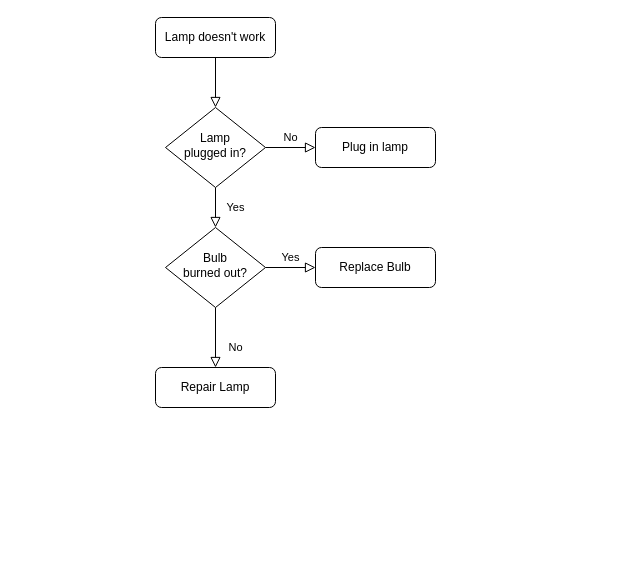
This is Untitled Diagram.drawio from annakohlberg/Trial, a draw.io file, before an edit. Source tidied: cells renumbered, new cells numbered last; positions are measured from the earlier drawing's top-left corner, leaving out a move shared by most shapes. Both pictures are drawn from the tidied source at 100%, with x=0, y=0 at pixel (155, 17).
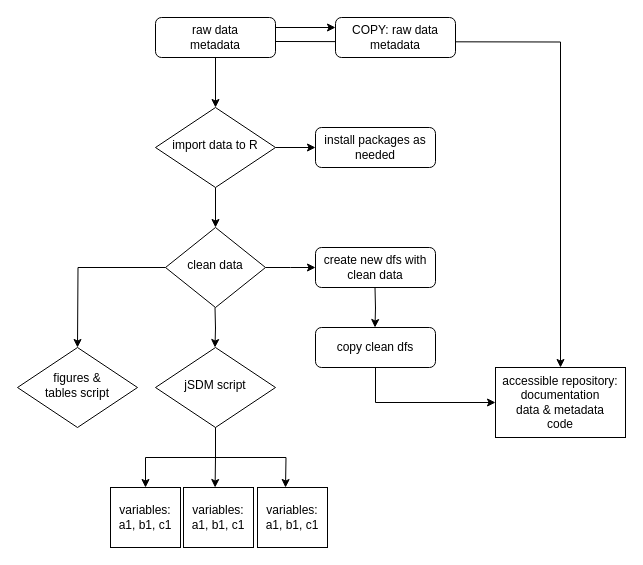
The same diagram, later.

What changed in the source:
```diff
@@
+    <mxCell id="13" style="edgeStyle=orthogonalEdgeStyle;rounded=0;jettySize=auto;html=1;exitX=1;exitY=0.25;exitDx=0;exitDy=0;entryX=0;entryY=0.25;entryDx=0;entryDy=0;" parent="1" edge="1" source="3" target="17">
+      <mxGeometry relative="1" as="geometry" />
+    </mxCell>
+    <mxCell id="14" style="edgeStyle=orthogonalEdgeStyle;rounded=0;jettySize=auto;html=1;exitX=1;exitY=0.5;exitDx=0;exitDy=0;" parent="1" edge="1" target="18">
+      <mxGeometry relative="1" as="geometry">
+        <mxPoint x="120" y="24" as="sourcePoint" />
+      </mxGeometry>
+    </mxCell>
-    <mxCell id="2" style="rounded=0;html=1;jettySize=auto;fontSize=11;endArrow=block;endFill=0;endSize=8;strokeWidth=1;shadow=0;labelBackgroundColor=none;edgeStyle=orthogonalEdgeStyle;" parent="1" edge="1" source="3" target="6">
+    <mxCell id="2" style="edgeStyle=orthogonalEdgeStyle;rounded=0;jettySize=auto;html=1;exitX=0.5;exitY=1;exitDx=0;exitDy=0;entryX=0.5;entryY=0;entryDx=0;entryDy=0;" parent="1" edge="1" source="3" target="6">
       <mxGeometry relative="1" as="geometry" />
     </mxCell>
-    <mxCell id="3" value="Lamp doesn't work" style="rounded=1;whiteSpace=wrap;html=1;fontSize=12;glass=0;strokeWidth=1;shadow=0;" parent="1" vertex="1">
+    <mxCell id="3" value="raw data&lt;br&gt;metadata" style="rounded=1;whiteSpace=wrap;html=1;fontSize=12;glass=0;strokeWidth=1;shadow=0;" parent="1" vertex="1">
       <mxGeometry width="120" height="40" as="geometry" />
     </mxCell>
+    <mxCell id="5" style="edgeStyle=orthogonalEdgeStyle;rounded=0;jettySize=auto;html=1;exitX=1;exitY=0.5;exitDx=0;exitDy=0;" parent="1" edge="1" source="6" target="7">
+      <mxGeometry relative="1" as="geometry" />
+    </mxCell>
-    <mxCell id="4" value="Yes" style="rounded=0;html=1;jettySize=auto;fontSize=11;endArrow=block;endFill=0;endSize=8;strokeWidth=1;shadow=0;labelBackgroundColor=none;edgeStyle=orthogonalEdgeStyle;" parent="1" edge="1" source="6" target="10">
-      <mxGeometry y="20" relative="1" as="geometry" />
+    <mxCell id="4" style="edgeStyle=orthogonalEdgeStyle;rounded=0;jettySize=auto;html=1;exitX=0.5;exitY=1;exitDx=0;exitDy=0;entryX=0.5;entryY=0;entryDx=0;entryDy=0;" parent="1" edge="1" source="6" target="10">
+      <mxGeometry relative="1" as="geometry" />
     </mxCell>
-    <mxCell id="5" value="No" style="edgeStyle=orthogonalEdgeStyle;rounded=0;html=1;jettySize=auto;fontSize=11;endArrow=block;endFill=0;endSize=8;strokeWidth=1;shadow=0;labelBackgroundColor=none;" parent="1" edge="1" source="6" target="7">
-      <mxGeometry y="10" relative="1" as="geometry" />
-    </mxCell>
-    <mxCell id="6" value="Lamp&lt;br&gt;plugged in?" style="rhombus;whiteSpace=wrap;html=1;shadow=0;fontFamily=Helvetica;fontSize=12;align=center;strokeWidth=1;spacing=6;spacingTop=-4;" parent="1" vertex="1">
-      <mxGeometry x="10" y="90" width="100" height="80" as="geometry" />
+    <mxCell id="6" value="import data to R" style="rhombus;whiteSpace=wrap;html=1;shadow=0;fontFamily=Helvetica;fontSize=12;align=center;strokeWidth=1;spacing=6;spacingTop=-4;" parent="1" vertex="1">
+      <mxGeometry y="90" width="120" height="80" as="geometry" />
     </mxCell>
-    <mxCell id="7" value="Plug in lamp" style="rounded=1;whiteSpace=wrap;html=1;fontSize=12;glass=0;strokeWidth=1;shadow=0;" parent="1" vertex="1">
+    <mxCell id="7" value="install packages as needed" style="rounded=1;whiteSpace=wrap;html=1;fontSize=12;glass=0;strokeWidth=1;shadow=0;" parent="1" vertex="1">
       <mxGeometry x="160" y="110" width="120" height="40" as="geometry" />
     </mxCell>
-    <mxCell id="8" value="No" style="rounded=0;html=1;jettySize=auto;fontSize=11;endArrow=block;endFill=0;endSize=8;strokeWidth=1;shadow=0;labelBackgroundColor=none;edgeStyle=orthogonalEdgeStyle;" parent="1" edge="1" source="10" target="11">
-      <mxGeometry x="0.33" y="20" relative="1" as="geometry" />
-    </mxCell>
-    <mxCell id="9" value="Yes" style="edgeStyle=orthogonalEdgeStyle;rounded=0;html=1;jettySize=auto;fontSize=11;endArrow=block;endFill=0;endSize=8;strokeWidth=1;shadow=0;labelBackgroundColor=none;" parent="1" edge="1" source="10" target="12">
-      <mxGeometry y="10" relative="1" as="geometry" />
-    </mxCell>
+    <mxCell id="15" style="edgeStyle=orthogonalEdgeStyle;rounded=0;jettySize=auto;html=1;exitX=1;exitY=0.5;exitDx=0;exitDy=0;" parent="1" edge="1" source="10">
+      <mxGeometry relative="1" as="geometry">
+        <mxPoint x="160" y="250" as="targetPoint" />
+      </mxGeometry>
+    </mxCell>
+    <mxCell id="16" style="edgeStyle=orthogonalEdgeStyle;rounded=0;jettySize=auto;html=1;exitX=0;exitY=0.5;exitDx=0;exitDy=0;" parent="1" edge="1" source="10">
+      <mxGeometry relative="1" as="geometry">
+        <mxPoint x="-78" y="330" as="targetPoint" />
+      </mxGeometry>
+    </mxCell>
-    <mxCell id="10" value="Bulb&lt;br&gt;burned out?" style="rhombus;whiteSpace=wrap;html=1;shadow=0;fontFamily=Helvetica;fontSize=12;align=center;strokeWidth=1;spacing=6;spacingTop=-4;" parent="1" vertex="1">
+    <mxCell id="10" value="clean data" style="rhombus;whiteSpace=wrap;html=1;shadow=0;fontFamily=Helvetica;fontSize=12;align=center;strokeWidth=1;spacing=6;spacingTop=-4;" parent="1" vertex="1">
       <mxGeometry x="10" y="210" width="100" height="80" as="geometry" />
     </mxCell>
-    <mxCell id="11" value="Repair Lamp" style="rounded=1;whiteSpace=wrap;html=1;fontSize=12;glass=0;strokeWidth=1;shadow=0;" parent="1" vertex="1">
-      <mxGeometry y="350" width="120" height="40" as="geometry" />
-    </mxCell>
-    <mxCell id="12" value="Replace Bulb" style="rounded=1;whiteSpace=wrap;html=1;fontSize=12;glass=0;strokeWidth=1;shadow=0;" parent="1" vertex="1">
-      <mxGeometry x="160" y="230" width="120" height="40" as="geometry" />
-    </mxCell>
+    <mxCell id="17" value="COPY: raw data&lt;br style=&quot;border-color: var(--border-color);&quot;&gt;metadata" style="rounded=1;whiteSpace=wrap;html=1;fontSize=12;glass=0;strokeWidth=1;shadow=0;" parent="1" vertex="1">
+      <mxGeometry x="180" width="120" height="40" as="geometry" />
+    </mxCell>
+    <mxCell id="18" value="accessible repository:&lt;br&gt;documentation&lt;br&gt;data &amp;amp; metadata&lt;br&gt;code" style="whiteSpace=wrap;html=1;" parent="1" vertex="1">
+      <mxGeometry x="340" y="350" width="130" height="70" as="geometry" />
+    </mxCell>
+    <mxCell id="19" value="create new dfs with clean data" style="rounded=1;whiteSpace=wrap;html=1;fontSize=12;glass=0;strokeWidth=1;shadow=0;" parent="1" vertex="1">
+      <mxGeometry x="160" y="230" width="120" height="40" as="geometry" />
+    </mxCell>
+    <mxCell id="20" style="edgeStyle=orthogonalEdgeStyle;rounded=0;jettySize=auto;html=1;" parent="1" edge="1" source="23" target="29">
+      <mxGeometry relative="1" as="geometry" />
+    </mxCell>
+    <mxCell id="21" style="edgeStyle=orthogonalEdgeStyle;rounded=0;jettySize=auto;html=1;exitX=0.5;exitY=1;exitDx=0;exitDy=0;" parent="1" edge="1" source="23">
+      <mxGeometry relative="1" as="geometry">
+        <mxPoint x="59.6" y="470" as="targetPoint" />
+      </mxGeometry>
+    </mxCell>
+    <mxCell id="22" style="edgeStyle=orthogonalEdgeStyle;rounded=0;jettySize=auto;html=1;exitX=0.5;exitY=1;exitDx=0;exitDy=0;" parent="1" edge="1" source="23">
+      <mxGeometry relative="1" as="geometry">
+        <mxPoint x="130" y="470" as="targetPoint" />
+      </mxGeometry>
+    </mxCell>
+    <mxCell id="23" value="jSDM script" style="rhombus;whiteSpace=wrap;html=1;shadow=0;fontFamily=Helvetica;fontSize=12;align=center;strokeWidth=1;spacing=6;spacingTop=-4;" parent="1" vertex="1">
+      <mxGeometry y="330" width="120" height="80" as="geometry" />
+    </mxCell>
+    <mxCell id="24" style="edgeStyle=orthogonalEdgeStyle;rounded=0;orthogonalLoop=1;jettySize=auto;html=1;exitX=0.5;exitY=1;exitDx=0;exitDy=0;entryX=0.5;entryY=0;entryDx=0;entryDy=0;" parent="1" edge="1">
+      <mxGeometry relative="1" as="geometry">
+        <mxPoint x="59.5" y="290" as="sourcePoint" />
+        <mxPoint x="59.5" y="330" as="targetPoint" />
+      </mxGeometry>
+    </mxCell>
+    <mxCell id="25" style="edgeStyle=orthogonalEdgeStyle;rounded=0;orthogonalLoop=1;jettySize=auto;html=1;exitX=0.5;exitY=1;exitDx=0;exitDy=0;entryX=0.5;entryY=0;entryDx=0;entryDy=0;" parent="1" edge="1">
+      <mxGeometry relative="1" as="geometry">
+        <mxPoint x="219.5" y="270" as="sourcePoint" />
+        <mxPoint x="219.5" y="310" as="targetPoint" />
+      </mxGeometry>
+    </mxCell>
+    <mxCell id="26" style="edgeStyle=orthogonalEdgeStyle;rounded=0;jettySize=auto;html=1;exitX=0.5;exitY=1;exitDx=0;exitDy=0;entryX=0;entryY=0.5;entryDx=0;entryDy=0;" parent="1" edge="1" source="27" target="18">
+      <mxGeometry relative="1" as="geometry" />
+    </mxCell>
+    <mxCell id="27" value="copy clean dfs" style="rounded=1;whiteSpace=wrap;html=1;fontSize=12;glass=0;strokeWidth=1;shadow=0;" parent="1" vertex="1">
+      <mxGeometry x="160" y="310" width="120" height="40" as="geometry" />
+    </mxCell>
+    <mxCell id="28" value="figures &amp;amp;&lt;br&gt;tables script" style="rhombus;whiteSpace=wrap;html=1;shadow=0;fontFamily=Helvetica;fontSize=12;align=center;strokeWidth=1;spacing=6;spacingTop=-4;" parent="1" vertex="1">
+      <mxGeometry x="-138" y="330" width="120" height="80" as="geometry" />
+    </mxCell>
+    <mxCell id="29" value="variables: a1, b1, c1" style="whiteSpace=wrap;html=1;" parent="1" vertex="1">
+      <mxGeometry x="-45" y="470" width="70" height="60" as="geometry" />
+    </mxCell>
+    <mxCell id="30" value="variables: a1, b1, c1" style="whiteSpace=wrap;html=1;" parent="1" vertex="1">
+      <mxGeometry x="28" y="470" width="70" height="60" as="geometry" />
+    </mxCell>
+    <mxCell id="31" value="variables: a1, b1, c1" style="whiteSpace=wrap;html=1;" parent="1" vertex="1">
+      <mxGeometry x="102" y="470" width="70" height="60" as="geometry" />
+    </mxCell>
```
